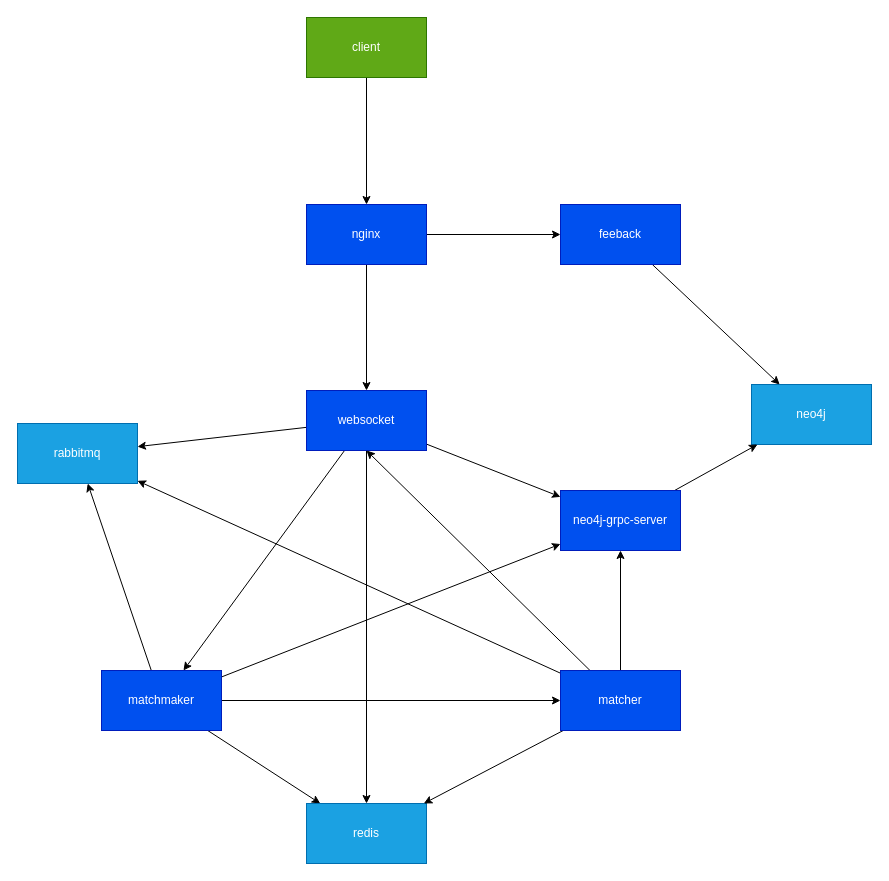
Before: arch.drawio in andrew-delph/cloud-video-call, a draw.io diagram. Source tidied: cells renumbered, new cells numbered last; positions are measured from the earlier drawing's top-left corner, leaving out a move shared by most shapes. Both pictures are drawn from the tidied source at 100%, with x=0, y=0 at pixel (17, 17).
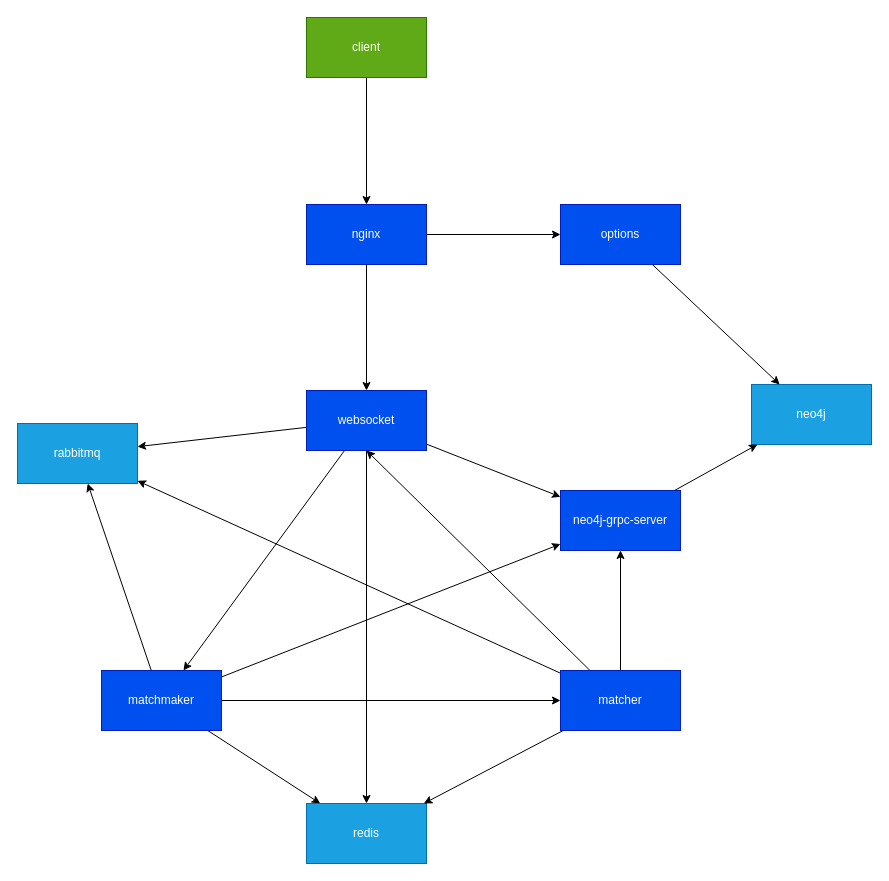
Above is the later version.

Diff of the diagram source:
```diff
@@
-    <mxCell id="28" value="feeback" style="rounded=0;whiteSpace=wrap;html=1;fillColor=#0050ef;fontColor=#ffffff;strokeColor=#001DBC;" parent="1" vertex="1">
+    <mxCell id="28" value="options" style="rounded=0;whiteSpace=wrap;html=1;fillColor=#0050ef;fontColor=#ffffff;strokeColor=#001DBC;" parent="1" vertex="1">
       <mxGeometry x="543" y="187" width="120" height="60" as="geometry" />
     </mxCell>
```
